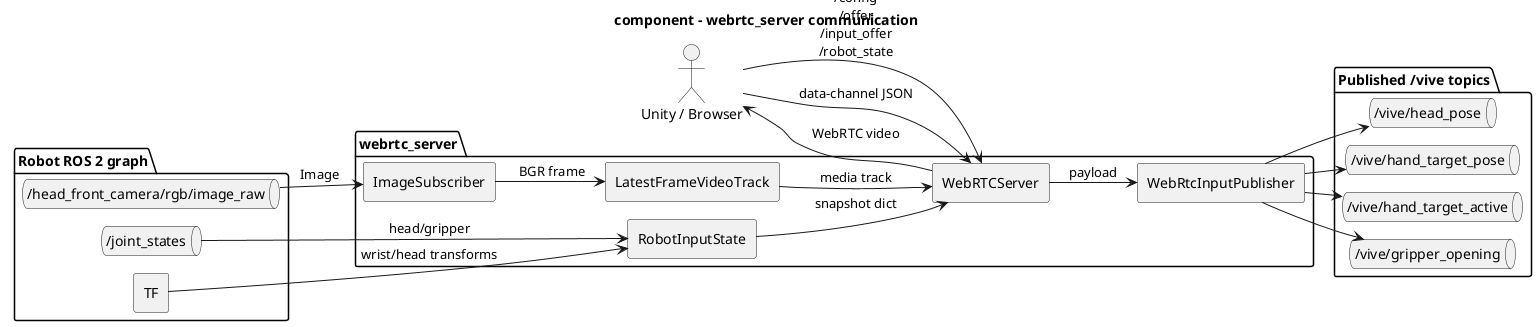
The PlantUML diagram docs/architecture/component/webrtc-server.png in ichores-research/vive_teleop, before a commit. Its diagram source:
```plantuml
@startuml
!pragma layout smetana
title component - webrtc_server communication

left to right direction
skinparam componentStyle rectangle
skinparam shadowing false
skinparam defaultFontName Monospace
skinparam linetype ortho

actor "Unity / Browser" as Client

package "webrtc_server" {
  component "WebRTCServer" as Server
  component "ImageSubscriber" as ImageSubscriber
  component "LatestFrameVideoTrack" as VideoTrack
  component "WebRtcInputPublisher" as InputPublisher
  component "RobotInputState" as RobotState
}

package "Robot ROS 2 graph" {
  queue "/head_front_camera/rgb/image_raw" as Camera
  queue "/joint_states" as JointStates
  component "TF" as Tf
}

package "Published /vive topics" {
  queue "/vive/head_pose" as HeadPose
  queue "/vive/hand_target_pose" as HandTarget
  queue "/vive/hand_target_active" as HandActive
  queue "/vive/gripper_opening" as GripperOpening
}

Client --> Server : /config\n/offer\n/input_offer\n/robot_state
Server --> Client : WebRTC video
Client --> Server : data-channel JSON

Camera --> ImageSubscriber : Image
ImageSubscriber --> VideoTrack : BGR frame
VideoTrack --> Server : media track

Server --> InputPublisher : payload
InputPublisher --> HeadPose
InputPublisher --> HandTarget
InputPublisher --> HandActive
InputPublisher --> GripperOpening

JointStates --> RobotState : head/gripper
Tf --> RobotState : wrist/head transforms
RobotState --> Server : snapshot dict

@enduml
```
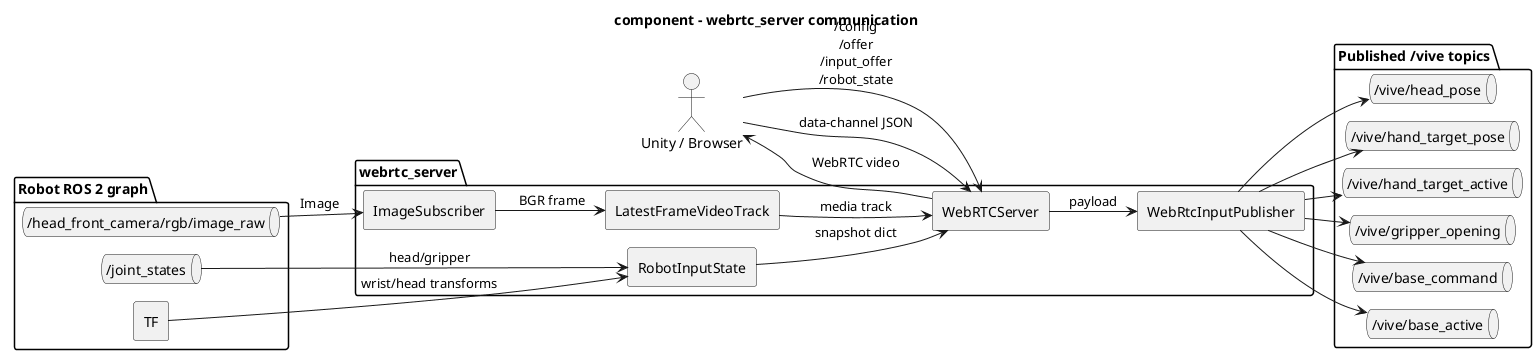
The same diagram one commit later.

Diff of the diagram source:
```diff
@@ -29,6 +29,8 @@
   queue "/vive/hand_target_pose" as HandTarget
   queue "/vive/hand_target_active" as HandActive
   queue "/vive/gripper_opening" as GripperOpening
+  queue "/vive/base_command" as BaseCommand
+  queue "/vive/base_active" as BaseActive
 }
 
 Client --> Server : /config\n/offer\n/input_offer\n/robot_state
@@ -44,6 +46,8 @@
 InputPublisher --> HandTarget
 InputPublisher --> HandActive
 InputPublisher --> GripperOpening
+InputPublisher --> BaseCommand
+InputPublisher --> BaseActive
 
 JointStates --> RobotState : head/gripper
 Tf --> RobotState : wrist/head transforms
```
